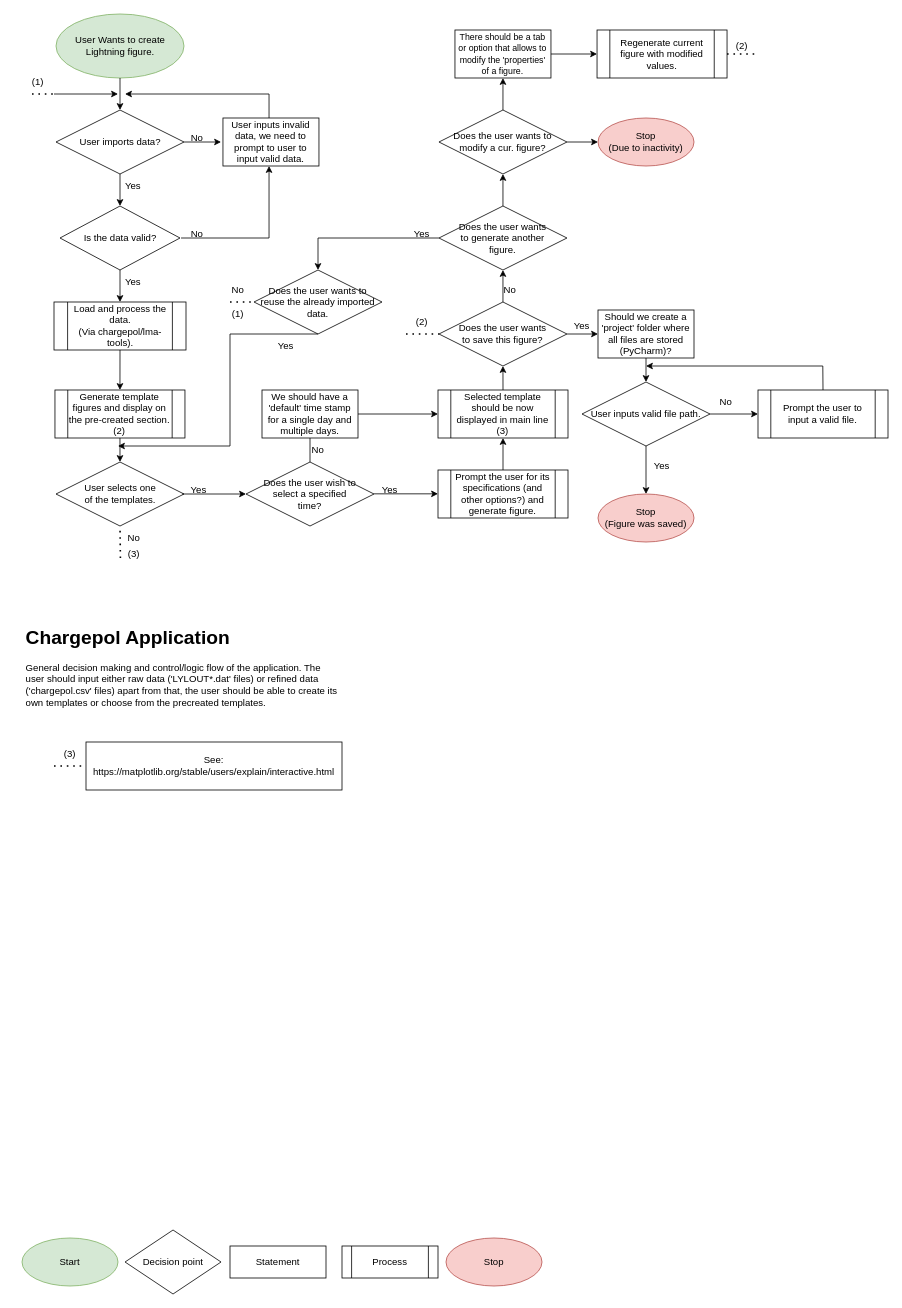
Above: Planning diagrams/UI flowchart.drawio in Starcity1/Figure-Application (draw.io), before the change. Source tidied: cells renumbered, new cells numbered last; positions are measured from the earlier drawing's top-left corner, leaving out a move shared by most shapes. Both pictures are drawn from the tidied source at 80%, with x=0, y=0 at pixel (14, 14).
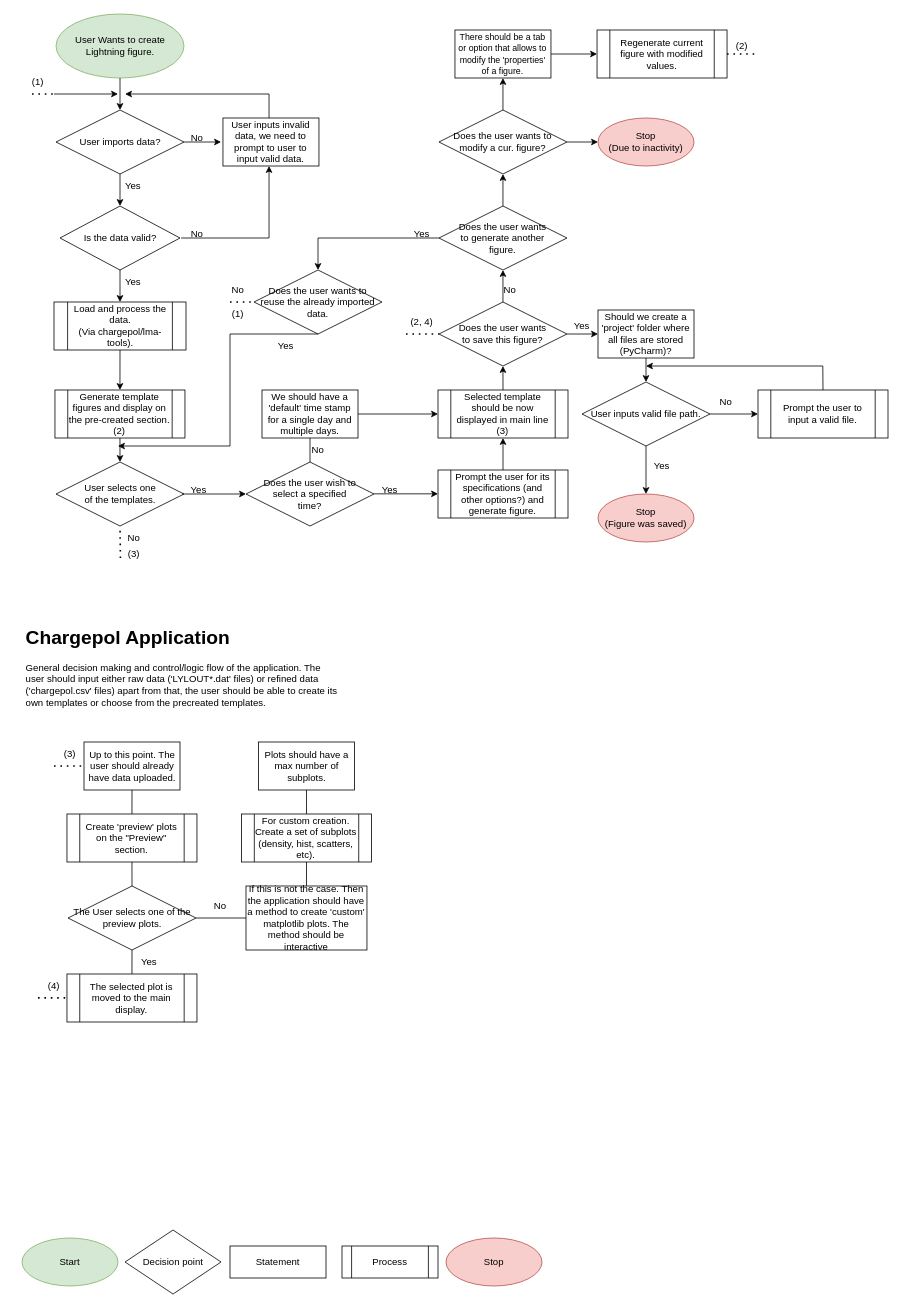
The same diagram, later.

Commit message (it also covers changes not shown here):
Added dragging.py to showcase the dragging of widgets.

Change to the diagram source:
```diff
@@
-    <mxCell id="77" value="(2)" style="text;html=1;strokeColor=none;fillColor=none;align=center;verticalAlign=middle;whiteSpace=wrap;rounded=0;" parent="1" vertex="1">
+    <mxCell id="77" value="(2, 4)" style="text;html=1;strokeColor=none;fillColor=none;align=center;verticalAlign=middle;whiteSpace=wrap;rounded=0;" parent="1" vertex="1">
       <mxGeometry x="480" y="370" width="60" height="30" as="geometry" />
     </mxCell>
@@
-    <mxCell id="82" value="See:&lt;br&gt;https://matplotlib.org/stable/users/explain/interactive.html&lt;br&gt;" style="rounded=0;whiteSpace=wrap;html=1;" parent="1" vertex="1">
-      <mxGeometry x="90" y="910" width="320" height="60" as="geometry" />
-    </mxCell>
-    <mxCell id="83" style="endArrow=none;dashed=1;html=1;dashPattern=1 3;strokeWidth=2;rounded=0;entryX=0;entryY=0.5;entryDx=0;entryDy=0;" parent="1" edge="1" target="82">
+    <mxCell id="83" style="endArrow=none;dashed=1;html=1;dashPattern=1 3;strokeWidth=2;rounded=0;entryX=0;entryY=0.5;entryDx=0;entryDy=0;" parent="1" edge="1">
       <mxGeometry relative="1" as="geometry">
         <mxPoint x="50" y="940" as="sourcePoint" />
+        <mxPoint x="90" y="940" as="targetPoint" />
       </mxGeometry>
     </mxCell>
@@
+    <mxCell id="85" value="Up to this point. The user should already have data uploaded." style="rounded=0;whiteSpace=wrap;html=1;" parent="1" vertex="1">
+      <mxGeometry x="87.5" y="910" width="120" height="60" as="geometry" />
+    </mxCell>
+    <mxCell id="86" value="Create 'preview' plots on the &quot;Preview&quot; section." style="shape=process;whiteSpace=wrap;html=1;backgroundOutline=1;" parent="1" vertex="1">
+      <mxGeometry x="66.2" y="1000" width="162.5" height="60" as="geometry" />
+    </mxCell>
+    <mxCell id="87" value="The User selects one of the preview plots." style="rhombus;whiteSpace=wrap;html=1;" parent="1" vertex="1">
+      <mxGeometry x="67.5" y="1090" width="160" height="80" as="geometry" />
+    </mxCell>
+    <mxCell id="88" value="The selected plot is moved to the main display." style="shape=process;whiteSpace=wrap;html=1;backgroundOutline=1;" parent="1" vertex="1">
+      <mxGeometry x="66.2" y="1200" width="162.5" height="60" as="geometry" />
+    </mxCell>
+    <mxCell id="89" value="(4)" style="text;html=1;strokeColor=none;fillColor=none;align=center;verticalAlign=middle;whiteSpace=wrap;rounded=0;" parent="1" vertex="1">
+      <mxGeometry x="20" y="1200" width="60" height="30" as="geometry" />
+    </mxCell>
+    <mxCell id="90" style="endArrow=none;dashed=1;html=1;dashPattern=1 3;strokeWidth=2;rounded=0;entryX=0;entryY=0.5;entryDx=0;entryDy=0;" parent="1" edge="1">
+      <mxGeometry relative="1" as="geometry">
+        <mxPoint x="30" y="1229.8" as="sourcePoint" />
+        <mxPoint x="70" y="1229.8" as="targetPoint" />
+      </mxGeometry>
+    </mxCell>
+    <mxCell id="91" style="endArrow=none;html=1;rounded=0;exitX=0.5;exitY=1;exitDx=0;exitDy=0;entryX=0.5;entryY=0;entryDx=0;entryDy=0;" parent="1" edge="1" source="85" target="86">
+      <mxGeometry relative="1" as="geometry" />
+    </mxCell>
+    <mxCell id="92" style="endArrow=none;html=1;rounded=0;exitX=0.5;exitY=0;exitDx=0;exitDy=0;entryX=0.5;entryY=1;entryDx=0;entryDy=0;" parent="1" edge="1" source="88" target="87">
+      <mxGeometry relative="1" as="geometry" />
+    </mxCell>
+    <mxCell id="93" style="endArrow=none;html=1;rounded=0;exitX=0.5;exitY=0;exitDx=0;exitDy=0;entryX=0.5;entryY=1;entryDx=0;entryDy=0;" parent="1" edge="1" source="87" target="86">
+      <mxGeometry relative="1" as="geometry" />
+    </mxCell>
+    <mxCell id="94" value="Yes" style="text;html=1;strokeColor=none;fillColor=none;align=center;verticalAlign=middle;whiteSpace=wrap;rounded=0;" parent="1" vertex="1">
+      <mxGeometry x="138.8" y="1170" width="60" height="30" as="geometry" />
+    </mxCell>
+    <mxCell id="95" style="endArrow=none;html=1;rounded=0;exitX=1;exitY=0.5;exitDx=0;exitDy=0;entryX=0;entryY=0.5;entryDx=0;entryDy=0;" parent="1" edge="1" source="87" target="97">
+      <mxGeometry relative="1" as="geometry" />
+    </mxCell>
+    <mxCell id="96" value="No" style="text;html=1;strokeColor=none;fillColor=none;align=center;verticalAlign=middle;whiteSpace=wrap;rounded=0;" parent="1" vertex="1">
+      <mxGeometry x="227.5" y="1100" width="60" height="30" as="geometry" />
+    </mxCell>
+    <mxCell id="97" value="If this is not the case. Then the application should have a method to create 'custom' matplotlib plots. The method should be interactive" style="rounded=0;whiteSpace=wrap;html=1;" parent="1" vertex="1">
+      <mxGeometry x="290" y="1090" width="151.2" height="80" as="geometry" />
+    </mxCell>
+    <mxCell id="98" value="For custom creation. Create a set of subplots (density, hist, scatters, etc)." style="shape=process;whiteSpace=wrap;html=1;backgroundOutline=1;" parent="1" vertex="1">
+      <mxGeometry x="284.4" y="1000" width="162.5" height="60" as="geometry" />
+    </mxCell>
+    <mxCell id="99" style="endArrow=none;html=1;rounded=0;exitX=0.5;exitY=0;exitDx=0;exitDy=0;entryX=0.5;entryY=1;entryDx=0;entryDy=0;" parent="1" edge="1" source="97" target="98">
+      <mxGeometry relative="1" as="geometry" />
+    </mxCell>
+    <mxCell id="100" value="Plots should have a max number of subplots." style="rounded=0;whiteSpace=wrap;html=1;" parent="1" vertex="1">
+      <mxGeometry x="305.6" y="910" width="120" height="60" as="geometry" />
+    </mxCell>
+    <mxCell id="101" style="endArrow=none;html=1;rounded=0;exitX=0.5;exitY=0;exitDx=0;exitDy=0;entryX=0.5;entryY=1;entryDx=0;entryDy=0;" parent="1" edge="1" source="98" target="100">
+      <mxGeometry relative="1" as="geometry" />
+    </mxCell>
```
